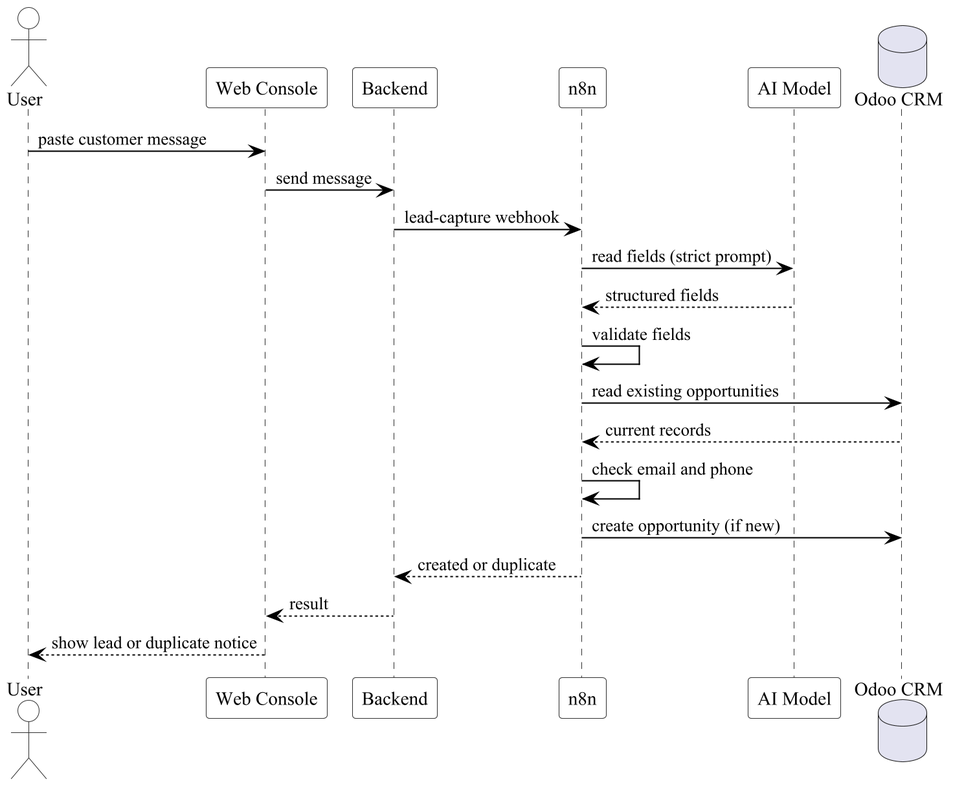
elissaaamez/LeadDesk keeps this PlantUML diagram as final report elissa/umls/img/seq-lead-capture.png. Above is the earlier version. The source it was exported from:
```plantuml
@startuml seq-lead-capture
skinparamlocked dpi 200
skinparam backgroundColor transparent
skinparam shadowing false
skinparam defaultFontName Times New Roman
skinparam sequence {
  ArrowColor #000000
  ArrowFontColor #000000
  LifeLineBorderColor #333333
  LifeLineBackgroundColor #FFFFFF
  ParticipantBackgroundColor #FFFFFF
  ParticipantFontColor #000000
  ParticipantBorderColor #333333
  ActorBackgroundColor #FFFFFF
  ActorBorderColor #333333
  DatabaseBackgroundColor #FFFFFF
  DatabaseBorderColor #333333
}
actor User
participant "Web Console" as Console
participant "Backend" as Backend
participant "n8n" as N8N
participant "AI Model" as AI
database "Odoo CRM" as Odoo

User -> Console : paste customer message
Console -> Backend : send message
Backend -> N8N : lead-capture webhook
N8N -> AI : read fields (strict prompt)
AI --> N8N : structured fields
N8N -> N8N : validate fields
N8N -> Odoo : read existing opportunities
Odoo --> N8N : current records
N8N -> N8N : check email and phone
N8N -> Odoo : create opportunity (if new)
N8N --> Backend : created or duplicate
Backend --> Console : result
Console --> User : show lead or duplicate notice
@enduml
```
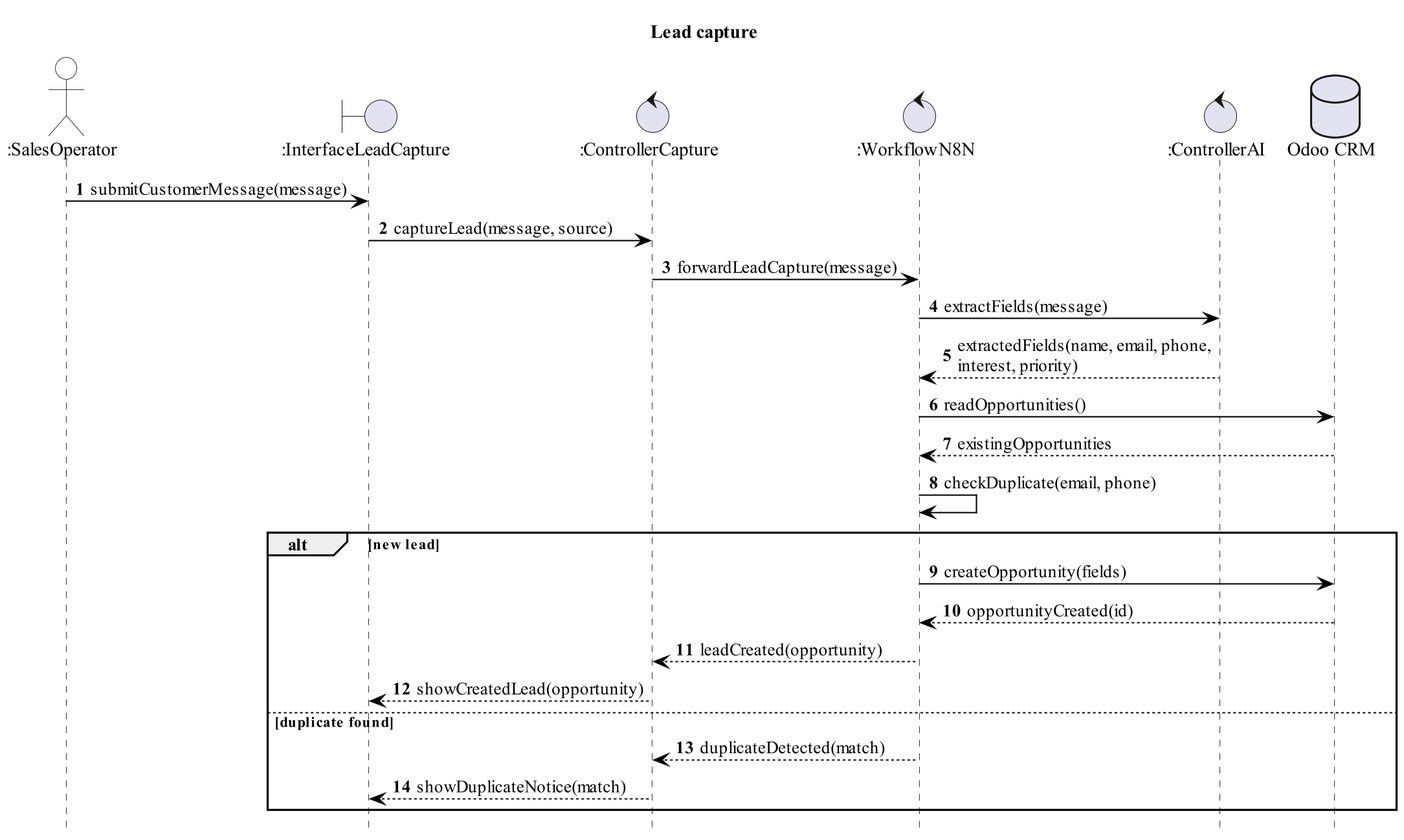
Above is the later version.

What changed in the source:
```diff
@@ -2,6 +2,7 @@
 skinparamlocked dpi 200
 skinparam backgroundColor transparent
 skinparam shadowing false
+skinparam maxMessageSize 200
 skinparam defaultFontName Times New Roman
 skinparam sequence {
   ArrowColor #000000
@@ -16,24 +17,32 @@
   DatabaseBackgroundColor #FFFFFF
   DatabaseBorderColor #333333
 }
-actor User
-participant "Web Console" as Console
-participant "Backend" as Backend
-participant "n8n" as N8N
-participant "AI Model" as AI
+hide footbox
+autonumber
+title Lead capture
+
+actor ":SalesOperator" as Operator
+boundary ":InterfaceLeadCapture" as UI
+control ":ControllerCapture" as Capture
+control ":WorkflowN8N" as N8N
+control ":ControllerAI" as AI
 database "Odoo CRM" as Odoo
 
-User -> Console : paste customer message
-Console -> Backend : send message
-Backend -> N8N : lead-capture webhook
-N8N -> AI : read fields (strict prompt)
-AI --> N8N : structured fields
-N8N -> N8N : validate fields
-N8N -> Odoo : read existing opportunities
-Odoo --> N8N : current records
-N8N -> N8N : check email and phone
-N8N -> Odoo : create opportunity (if new)
-N8N --> Backend : created or duplicate
-Backend --> Console : result
-Console --> User : show lead or duplicate notice
+Operator -> UI : submitCustomerMessage(message)
+UI -> Capture : captureLead(message, source)
+Capture -> N8N : forwardLeadCapture(message)
+N8N -> AI : extractFields(message)
+AI --> N8N : extractedFields(name, email, phone, interest, priority)
+N8N -> Odoo : readOpportunities()
+Odoo --> N8N : existingOpportunities
+N8N -> N8N : checkDuplicate(email, phone)
+alt new lead
+  N8N -> Odoo : createOpportunity(fields)
+  Odoo --> N8N : opportunityCreated(id)
+  N8N --> Capture : leadCreated(opportunity)
+  Capture --> UI : showCreatedLead(opportunity)
+else duplicate found
+  N8N --> Capture : duplicateDetected(match)
+  Capture --> UI : showDuplicateNotice(match)
+end
 @enduml
```
